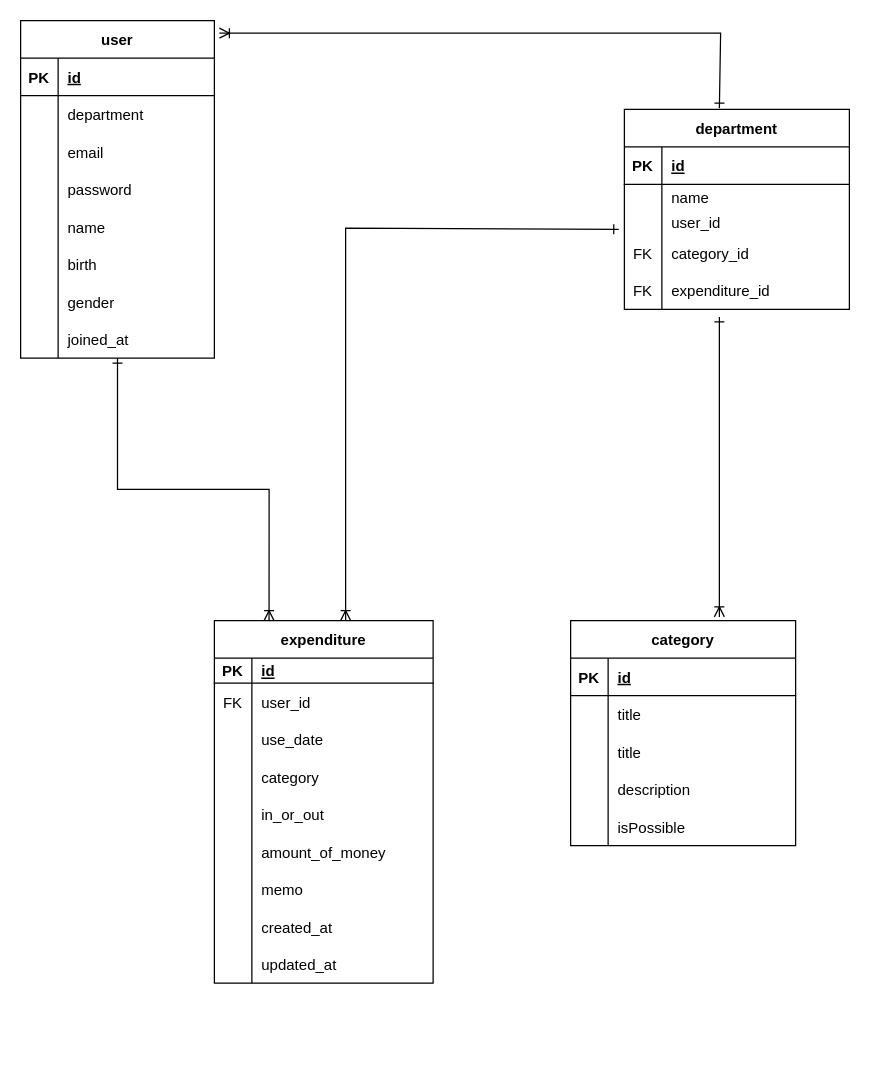
Before: ER 다이어그램.drawio in ekslffh/accounting-project-be, a draw.io diagram. Source tidied: cells renumbered, new cells numbered last; positions are measured from the earlier drawing's top-left corner, leaving out a move shared by most shapes. Both pictures are drawn from the tidied source at 125%, with x=0, y=0 at pixel (20, 20).
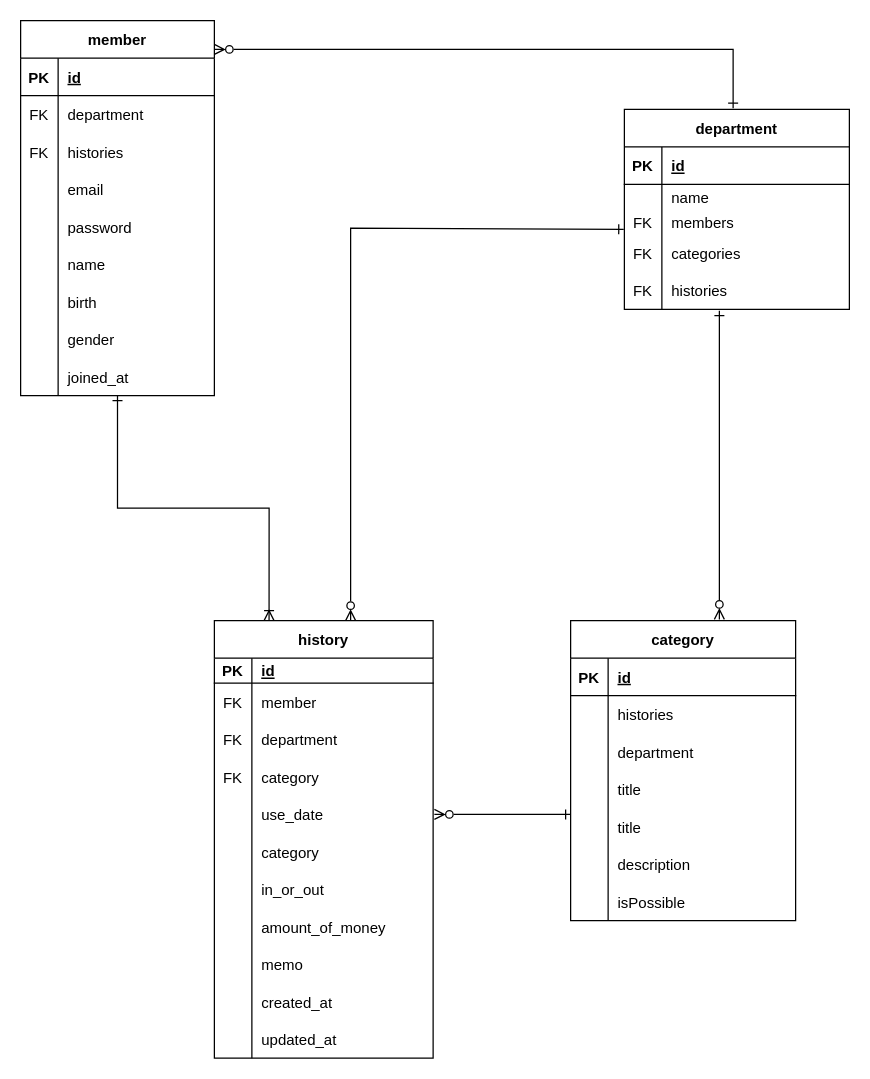
Above is the later version.

Commit message:
ER 다이어그램.drawio 업데이트

Unchanged cells that the change refers to:
```xml
<mxCell id="36" style="shape=tableRow;horizontal=0;startSize=0;swimlaneHead=0;swimlaneBody=0;fillColor=none;top=0;left=0;right=0;bottom=0;" parent="32" vertex="1">
  <mxGeometry y="60" width="155" height="30" as="geometry" />
</mxCell>
<mxCell id="62" style="shape=tableRow;horizontal=0;startSize=0;swimlaneHead=0;swimlaneBody=0;fillColor=none;top=0;left=0;right=0;bottom=0;" parent="58" vertex="1">
  <mxGeometry y="60" width="180" height="30" as="geometry" />
</mxCell>
<mxCell id="81" style="shape=tableRow;horizontal=0;startSize=0;swimlaneHead=0;swimlaneBody=0;fillColor=none;top=0;left=0;right=0;bottom=0;" parent="74" vertex="1">
  <mxGeometry y="80" width="180" height="20" as="geometry" />
</mxCell>
<mxCell id="84" style="shape=tableRow;horizontal=0;startSize=0;swimlaneHead=0;swimlaneBody=0;fillColor=none;points=[[0,0.5],[1,0.5]];portConstraint=eastwest;top=0;left=0;right=0;bottom=0;" parent="74" vertex="1">
  <mxGeometry y="100" width="180" height="30" as="geometry" />
</mxCell>
<mxCell id="87" style="shape=tableRow;horizontal=0;startSize=0;swimlaneHead=0;swimlaneBody=0;fillColor=none;top=0;left=0;right=0;bottom=0;" parent="74" vertex="1">
  <mxGeometry y="130" width="180" height="30" as="geometry" />
</mxCell>
```

Change to the diagram source:
```diff
@@
-    <mxCell id="2" style="edgeStyle=orthogonalEdgeStyle;rounded=0;jettySize=auto;html=1;startArrow=ERoneToMany;startFill=0;endArrow=ERone;endFill=0;entryX=-0.025;entryY=-0.133;entryDx=0;entryDy=0;entryPerimeter=0;" parent="1" edge="1" source="3" target="84">
+    <mxCell id="2" style="edgeStyle=orthogonalEdgeStyle;rounded=0;orthogonalLoop=1;jettySize=auto;html=1;startArrow=ERzeroToMany;startFill=0;endArrow=ERone;endFill=0;entryX=-0.025;entryY=-0.133;entryDx=0;entryDy=0;entryPerimeter=0;" parent="1" edge="1">
       <mxGeometry relative="1" as="geometry">
+        <mxPoint x="264" y="480" as="sourcePoint" />
+        <mxPoint x="482.5" y="167" as="targetPoint" />
         <Array as="points">
-          <mxPoint x="260" y="166" />
+          <mxPoint x="264" y="166" />
         </Array>
       </mxGeometry>
     </mxCell>
-    <mxCell id="3" value="expenditure" style="shape=table;startSize=30;childLayout=tableLayout;rowLines=0;fontStyle=1;align=center;" parent="1" vertex="1">
-      <mxGeometry x="155" y="480" width="175" height="290" as="geometry" />
+    <mxCell id="3" value="history" style="shape=table;startSize=30;childLayout=tableLayout;rowLines=0;fontStyle=1;align=center;" parent="1" vertex="1">
+      <mxGeometry x="155" y="480" width="175" height="350" as="geometry" />
     </mxCell>
@@
+    <mxCell id="91" style="shape=tableRow;horizontal=0;startSize=0;swimlaneHead=0;swimlaneBody=0;fillColor=none;top=0;left=0;right=0;bottom=0;" parent="3" vertex="1">
+      <mxGeometry y="50" width="175" height="30" as="geometry" />
+    </mxCell>
+    <mxCell id="92" value="FK" style="shape=partialRectangle;fillColor=none;top=0;left=0;bottom=0;right=0;overflow=hidden;" parent="91" vertex="1">
+      <mxGeometry width="30" height="30" as="geometry" />
+    </mxCell>
+    <mxCell id="93" value="member" style="shape=partialRectangle;fillColor=none;top=0;left=0;bottom=0;right=0;align=left;spacingLeft=6;overflow=hidden;" parent="91" vertex="1">
+      <mxGeometry x="30" width="145" height="30" as="geometry" />
+    </mxCell>
+    <mxCell id="94" style="shape=tableRow;horizontal=0;startSize=0;swimlaneHead=0;swimlaneBody=0;fillColor=none;top=0;left=0;right=0;bottom=0;" parent="3" vertex="1">
+      <mxGeometry y="80" width="175" height="30" as="geometry" />
+    </mxCell>
+    <mxCell id="95" value="FK" style="shape=partialRectangle;fillColor=none;top=0;left=0;bottom=0;right=0;overflow=hidden;" parent="94" vertex="1">
+      <mxGeometry width="30" height="30" as="geometry" />
+    </mxCell>
+    <mxCell id="96" value="department" style="shape=partialRectangle;fillColor=none;top=0;left=0;bottom=0;right=0;align=left;spacingLeft=6;overflow=hidden;" parent="94" vertex="1">
+      <mxGeometry x="30" width="145" height="30" as="geometry" />
+    </mxCell>
     <mxCell id="7" style="shape=tableRow;horizontal=0;startSize=0;swimlaneHead=0;swimlaneBody=0;fillColor=none;top=0;left=0;right=0;bottom=0;" parent="3" vertex="1">
-      <mxGeometry y="50" width="175" height="30" as="geometry" />
+      <mxGeometry y="110" width="175" height="30" as="geometry" />
     </mxCell>
@@
-    <mxCell id="9" value="user_id" style="shape=partialRectangle;fillColor=none;top=0;left=0;bottom=0;right=0;align=left;spacingLeft=6;overflow=hidden;" parent="7" vertex="1">
+    <mxCell id="9" value="category" style="shape=partialRectangle;fillColor=none;top=0;left=0;bottom=0;right=0;align=left;spacingLeft=6;overflow=hidden;" parent="7" vertex="1">
       <mxGeometry x="30" width="145" height="30" as="geometry" />
     </mxCell>
     <mxCell id="10" style="shape=tableRow;horizontal=0;startSize=0;swimlaneHead=0;swimlaneBody=0;fillColor=none;top=0;left=0;right=0;bottom=0;" parent="3" vertex="1">
-      <mxGeometry y="80" width="175" height="30" as="geometry" />
+      <mxGeometry y="140" width="175" height="30" as="geometry" />
     </mxCell>
@@
     <mxCell id="13" style="shape=tableRow;horizontal=0;startSize=0;swimlaneHead=0;swimlaneBody=0;fillColor=none;top=0;left=0;right=0;bottom=0;" parent="3" vertex="1">
-      <mxGeometry y="110" width="175" height="30" as="geometry" />
+      <mxGeometry y="170" width="175" height="30" as="geometry" />
     </mxCell>
@@
     <mxCell id="16" style="shape=tableRow;horizontal=0;startSize=0;swimlaneHead=0;swimlaneBody=0;fillColor=none;top=0;left=0;right=0;bottom=0;" parent="3" vertex="1">
-      <mxGeometry y="140" width="175" height="30" as="geometry" />
+      <mxGeometry y="200" width="175" height="30" as="geometry" />
     </mxCell>
@@
     <mxCell id="19" style="shape=tableRow;horizontal=0;startSize=0;swimlaneHead=0;swimlaneBody=0;fillColor=none;top=0;left=0;right=0;bottom=0;" parent="3" vertex="1">
-      <mxGeometry y="170" width="175" height="30" as="geometry" />
+      <mxGeometry y="230" width="175" height="30" as="geometry" />
     </mxCell>
@@
     <mxCell id="22" style="shape=tableRow;horizontal=0;startSize=0;swimlaneHead=0;swimlaneBody=0;fillColor=none;top=0;left=0;right=0;bottom=0;" parent="3" vertex="1">
-      <mxGeometry y="200" width="175" height="30" as="geometry" />
+      <mxGeometry y="260" width="175" height="30" as="geometry" />
     </mxCell>
@@
     <mxCell id="25" style="shape=tableRow;horizontal=0;startSize=0;swimlaneHead=0;swimlaneBody=0;fillColor=none;top=0;left=0;right=0;bottom=0;" parent="3" vertex="1">
-      <mxGeometry y="230" width="175" height="30" as="geometry" />
+      <mxGeometry y="290" width="175" height="30" as="geometry" />
     </mxCell>
@@
     <mxCell id="28" style="shape=tableRow;horizontal=0;startSize=0;swimlaneHead=0;swimlaneBody=0;fillColor=none;top=0;left=0;right=0;bottom=0;" parent="3" vertex="1">
-      <mxGeometry y="260" width="175" height="30" as="geometry" />
+      <mxGeometry y="320" width="175" height="30" as="geometry" />
     </mxCell>
@@
-    <mxCell id="32" value="user" style="shape=table;startSize=30;childLayout=tableLayout;rowLines=0;fontStyle=1;align=center;" parent="1" vertex="1">
-      <mxGeometry width="155" height="270" as="geometry" />
+    <mxCell id="32" value="member" style="shape=table;startSize=30;childLayout=tableLayout;rowLines=0;fontStyle=1;align=center;" parent="1" vertex="1">
+      <mxGeometry width="155" height="300" as="geometry" />
     </mxCell>
@@
-    <mxCell id="37" style="shape=partialRectangle;fillColor=none;top=0;left=0;bottom=0;right=0;overflow=hidden;" parent="36" vertex="1">
+    <mxCell id="37" value="FK" style="shape=partialRectangle;fillColor=none;top=0;left=0;bottom=0;right=0;overflow=hidden;" parent="36" vertex="1">
       <mxGeometry width="30" height="30" as="geometry" />
     </mxCell>
@@
+    <mxCell id="97" style="shape=tableRow;horizontal=0;startSize=0;swimlaneHead=0;swimlaneBody=0;fillColor=none;top=0;left=0;right=0;bottom=0;" parent="32" vertex="1">
+      <mxGeometry y="90" width="155" height="30" as="geometry" />
+    </mxCell>
+    <mxCell id="98" value="FK" style="shape=partialRectangle;fillColor=none;top=0;left=0;bottom=0;right=0;overflow=hidden;" parent="97" vertex="1">
+      <mxGeometry width="30" height="30" as="geometry" />
+    </mxCell>
+    <mxCell id="99" value="histories" style="shape=partialRectangle;fillColor=none;top=0;left=0;bottom=0;right=0;align=left;spacingLeft=6;overflow=hidden;" parent="97" vertex="1">
+      <mxGeometry x="30" width="125" height="30" as="geometry" />
+    </mxCell>
     <mxCell id="39" style="shape=tableRow;horizontal=0;startSize=0;swimlaneHead=0;swimlaneBody=0;fillColor=none;top=0;left=0;right=0;bottom=0;" parent="32" vertex="1">
-      <mxGeometry y="90" width="155" height="30" as="geometry" />
+      <mxGeometry y="120" width="155" height="30" as="geometry" />
     </mxCell>
@@
     <mxCell id="42" style="shape=tableRow;horizontal=0;startSize=0;swimlaneHead=0;swimlaneBody=0;fillColor=none;top=0;left=0;right=0;bottom=0;" parent="32" vertex="1">
-      <mxGeometry y="120" width="155" height="30" as="geometry" />
+      <mxGeometry y="150" width="155" height="30" as="geometry" />
     </mxCell>
@@
     <mxCell id="45" style="shape=tableRow;horizontal=0;startSize=0;swimlaneHead=0;swimlaneBody=0;fillColor=none;top=0;left=0;right=0;bottom=0;" parent="32" vertex="1">
-      <mxGeometry y="150" width="155" height="30" as="geometry" />
+      <mxGeometry y="180" width="155" height="30" as="geometry" />
     </mxCell>
@@
     <mxCell id="48" style="shape=tableRow;horizontal=0;startSize=0;swimlaneHead=0;swimlaneBody=0;fillColor=none;top=0;left=0;right=0;bottom=0;" parent="32" vertex="1">
-      <mxGeometry y="180" width="155" height="30" as="geometry" />
+      <mxGeometry y="210" width="155" height="30" as="geometry" />
     </mxCell>
@@
     <mxCell id="51" style="shape=tableRow;horizontal=0;startSize=0;swimlaneHead=0;swimlaneBody=0;fillColor=none;top=0;left=0;right=0;bottom=0;" parent="32" vertex="1">
-      <mxGeometry y="210" width="155" height="30" as="geometry" />
+      <mxGeometry y="240" width="155" height="30" as="geometry" />
     </mxCell>
@@
     <mxCell id="54" style="shape=tableRow;horizontal=0;startSize=0;swimlaneHead=0;swimlaneBody=0;fillColor=none;top=0;left=0;right=0;bottom=0;" parent="32" vertex="1">
-      <mxGeometry y="240" width="155" height="30" as="geometry" />
+      <mxGeometry y="270" width="155" height="30" as="geometry" />
     </mxCell>
@@
-    <mxCell id="57" style="edgeStyle=orthogonalEdgeStyle;rounded=0;orthogonalLoop=1;jettySize=auto;html=1;startArrow=ERoneToMany;startFill=0;endArrow=ERone;endFill=0;" parent="1" edge="1">
+    <mxCell id="57" style="edgeStyle=orthogonalEdgeStyle;rounded=0;orthogonalLoop=1;jettySize=auto;html=1;startArrow=ERzeroToMany;startFill=0;endArrow=ERone;endFill=0;" parent="1" edge="1">
       <mxGeometry relative="1" as="geometry">
-        <mxPoint x="559" y="477" as="sourcePoint" />
-        <mxPoint x="559" y="237" as="targetPoint" />
+        <mxPoint x="559" y="479" as="sourcePoint" />
+        <mxPoint x="559" y="232" as="targetPoint" />
         <Array as="points">
-          <mxPoint x="559" y="289" />
-          <mxPoint x="559" y="289" />
+          <mxPoint x="559" y="291" />
+          <mxPoint x="559" y="291" />
         </Array>
       </mxGeometry>
     </mxCell>
     <mxCell id="58" value="category" style="shape=table;startSize=30;childLayout=tableLayout;rowLines=0;fontStyle=1;align=center;" parent="1" vertex="1">
-      <mxGeometry x="440" y="480" width="180" height="180" as="geometry" />
+      <mxGeometry x="440" y="480" width="180" height="240" as="geometry" />
     </mxCell>
@@
-    <mxCell id="64" value="title" style="shape=partialRectangle;fillColor=none;top=0;left=0;bottom=0;right=0;align=left;spacingLeft=6;overflow=hidden;" parent="62" vertex="1">
+    <mxCell id="64" value="histories" style="shape=partialRectangle;fillColor=none;top=0;left=0;bottom=0;right=0;align=left;spacingLeft=6;overflow=hidden;" parent="62" vertex="1">
       <mxGeometry x="30" width="150" height="30" as="geometry" />
     </mxCell>
+    <mxCell id="100" style="shape=tableRow;horizontal=0;startSize=0;swimlaneHead=0;swimlaneBody=0;fillColor=none;top=0;left=0;right=0;bottom=0;" parent="58" vertex="1">
+      <mxGeometry y="90" width="180" height="30" as="geometry" />
+    </mxCell>
+    <mxCell id="101" style="shape=partialRectangle;fillColor=none;top=0;left=0;bottom=0;right=0;overflow=hidden;" parent="100" vertex="1">
+      <mxGeometry width="30" height="30" as="geometry" />
+    </mxCell>
+    <mxCell id="102" value="department" style="shape=partialRectangle;fillColor=none;top=0;left=0;bottom=0;right=0;align=left;spacingLeft=6;overflow=hidden;" parent="100" vertex="1">
+      <mxGeometry x="30" width="150" height="30" as="geometry" />
+    </mxCell>
+    <mxCell id="103" style="shape=tableRow;horizontal=0;startSize=0;swimlaneHead=0;swimlaneBody=0;fillColor=none;top=0;left=0;right=0;bottom=0;" parent="58" vertex="1">
+      <mxGeometry y="120" width="180" height="30" as="geometry" />
+    </mxCell>
+    <mxCell id="104" style="shape=partialRectangle;fillColor=none;top=0;left=0;bottom=0;right=0;overflow=hidden;" parent="103" vertex="1">
+      <mxGeometry width="30" height="30" as="geometry" />
+    </mxCell>
+    <mxCell id="105" value="title" style="shape=partialRectangle;fillColor=none;top=0;left=0;bottom=0;right=0;align=left;spacingLeft=6;overflow=hidden;" parent="103" vertex="1">
+      <mxGeometry x="30" width="150" height="30" as="geometry" />
+    </mxCell>
     <mxCell id="65" style="shape=tableRow;horizontal=0;startSize=0;swimlaneHead=0;swimlaneBody=0;fillColor=none;top=0;left=0;right=0;bottom=0;" parent="58" vertex="1">
-      <mxGeometry y="90" width="180" height="30" as="geometry" />
+      <mxGeometry y="150" width="180" height="30" as="geometry" />
     </mxCell>
@@
     <mxCell id="68" style="shape=tableRow;horizontal=0;startSize=0;swimlaneHead=0;swimlaneBody=0;fillColor=none;top=0;left=0;right=0;bottom=0;" parent="58" vertex="1">
-      <mxGeometry y="120" width="180" height="30" as="geometry" />
+      <mxGeometry y="180" width="180" height="30" as="geometry" />
     </mxCell>
@@
     <mxCell id="71" style="shape=tableRow;horizontal=0;startSize=0;swimlaneHead=0;swimlaneBody=0;fillColor=none;top=0;left=0;right=0;bottom=0;" parent="58" vertex="1">
-      <mxGeometry y="150" width="180" height="30" as="geometry" />
+      <mxGeometry y="210" width="180" height="30" as="geometry" />
     </mxCell>
@@
-    <mxCell id="82" style="shape=partialRectangle;fillColor=none;top=0;left=0;bottom=0;right=0;overflow=hidden;" parent="81" vertex="1">
+    <mxCell id="82" value="FK" style="shape=partialRectangle;fillColor=none;top=0;left=0;bottom=0;right=0;overflow=hidden;" parent="81" vertex="1">
       <mxGeometry width="30" height="20" as="geometry" />
     </mxCell>
-    <mxCell id="83" value="user_id" style="shape=partialRectangle;fillColor=none;top=0;left=0;bottom=0;right=0;align=left;spacingLeft=6;overflow=hidden;" parent="81" vertex="1">
+    <mxCell id="83" value="members" style="shape=partialRectangle;fillColor=none;top=0;left=0;bottom=0;right=0;align=left;spacingLeft=6;overflow=hidden;" parent="81" vertex="1">
       <mxGeometry x="30" width="150" height="20" as="geometry" />
     </mxCell>
@@
-    <mxCell id="86" value="category_id" style="shape=partialRectangle;fillColor=none;top=0;left=0;bottom=0;right=0;align=left;spacingLeft=6;overflow=hidden;" parent="84" vertex="1">
+    <mxCell id="86" value="categories" style="shape=partialRectangle;fillColor=none;top=0;left=0;bottom=0;right=0;align=left;spacingLeft=6;overflow=hidden;" parent="84" vertex="1">
       <mxGeometry x="30" width="150" height="30" as="geometry" />
     </mxCell>
@@
-    <mxCell id="89" value="expenditure_id" style="shape=partialRectangle;fillColor=none;top=0;left=0;bottom=0;right=0;align=left;spacingLeft=6;overflow=hidden;" parent="87" vertex="1">
+    <mxCell id="89" value="histories" style="shape=partialRectangle;fillColor=none;top=0;left=0;bottom=0;right=0;align=left;spacingLeft=6;overflow=hidden;" parent="87" vertex="1">
       <mxGeometry x="30" width="150" height="30" as="geometry" />
     </mxCell>
-    <mxCell id="90" style="edgeStyle=orthogonalEdgeStyle;rounded=0;orthogonalLoop=1;jettySize=auto;html=1;startArrow=ERoneToMany;startFill=0;endArrow=ERone;endFill=0;" parent="1" edge="1">
+    <mxCell id="90" style="edgeStyle=orthogonalEdgeStyle;rounded=0;orthogonalLoop=1;jettySize=auto;html=1;startArrow=ERzeroToMany;startFill=0;endArrow=ERone;endFill=0;" parent="1" edge="1">
       <mxGeometry relative="1" as="geometry">
-        <mxPoint x="159" y="10" as="sourcePoint" />
-        <mxPoint x="559" y="70" as="targetPoint" />
+        <mxPoint x="155" y="23" as="sourcePoint" />
+        <mxPoint x="570" y="70" as="targetPoint" />
         <Array as="points">
-          <mxPoint x="560" y="10" />
+          <mxPoint x="570" y="23" />
         </Array>
       </mxGeometry>
     </mxCell>
+    <mxCell id="106" style="edgeStyle=orthogonalEdgeStyle;rounded=0;orthogonalLoop=1;jettySize=auto;html=1;startArrow=ERzeroToMany;startFill=0;endArrow=ERone;endFill=0;" parent="1" edge="1">
+      <mxGeometry relative="1" as="geometry">
+        <mxPoint x="331" y="635" as="sourcePoint" />
+        <mxPoint x="440" y="635" as="targetPoint" />
+      </mxGeometry>
+    </mxCell>
```
